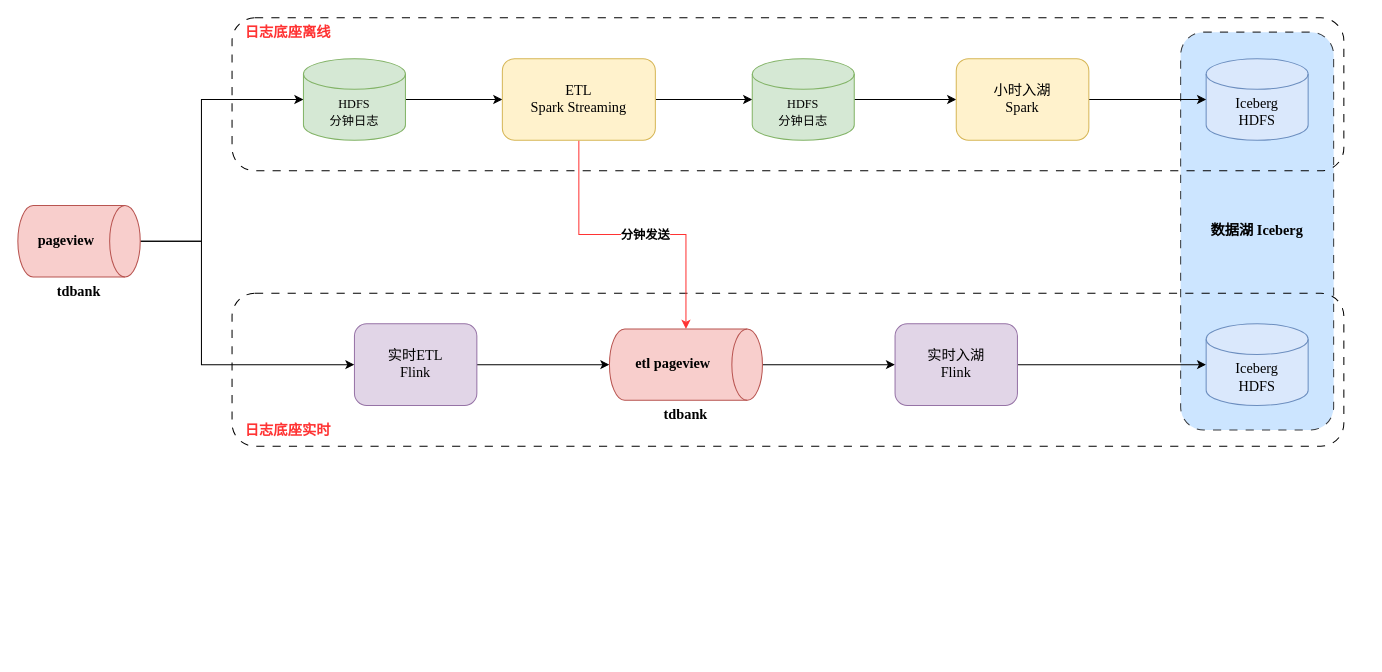
The draw.io diagram etl_pageview_streaming.drawio in WindLeeWT/Misc, before the edit. Source tidied: cells renumbered, new cells numbered last; positions are measured from the earlier drawing's top-left corner, leaving out a move shared by most shapes. Both pictures are drawn from the tidied source at 102%, with x=0, y=0 at pixel (17, 17).
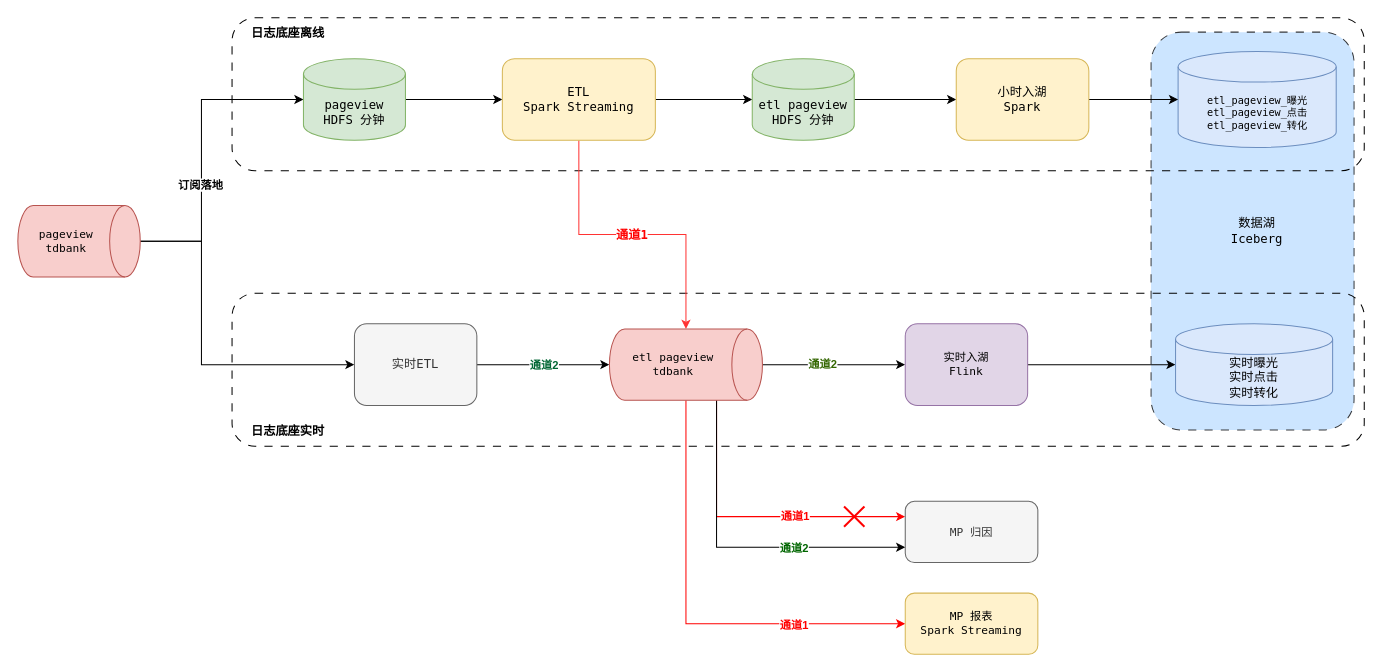
After the change.

What changed in the source:
```diff
@@
-    <mxCell id="2" style="rounded=1;whiteSpace=wrap;html=1;fontFamily=Times New Roman;fontSize=14;fillColor=#cce5ff;dashed=1;dashPattern=8 8;strokeColor=#36393d;" parent="1" vertex="1">
-      <mxGeometry x="1140" y="14" width="150" height="390" as="geometry" />
+    <mxCell id="2" style="rounded=1;whiteSpace=wrap;html=1;fontFamily=Lucida Console;fontSize=14;fillColor=#cce5ff;dashed=1;dashPattern=8 8;strokeColor=#36393d;" parent="1" vertex="1">
+      <mxGeometry x="1111" y="14" width="199" height="390" as="geometry" />
     </mxCell>
-    <mxCell id="3" style="rounded=1;whiteSpace=wrap;html=1;fontFamily=Times New Roman;fontSize=14;fillColor=none;dashed=1;dashPattern=8 8;" parent="1" vertex="1">
-      <mxGeometry x="210" y="270" width="1090" height="150" as="geometry" />
+    <mxCell id="3" style="rounded=1;whiteSpace=wrap;html=1;fontFamily=Lucida Console;fontSize=14;fillColor=none;dashed=1;dashPattern=8 8;" parent="1" vertex="1">
+      <mxGeometry x="210" y="270" width="1110" height="150" as="geometry" />
     </mxCell>
-    <mxCell id="4" style="rounded=1;whiteSpace=wrap;html=1;fontFamily=Times New Roman;fontSize=14;fillColor=none;dashed=1;dashPattern=8 8;" parent="1" vertex="1">
-      <mxGeometry x="210" width="1090" height="150" as="geometry" />
+    <mxCell id="4" style="rounded=1;whiteSpace=wrap;html=1;fontFamily=Lucida Console;fontSize=14;fillColor=none;dashed=1;dashPattern=8 8;" parent="1" vertex="1">
+      <mxGeometry x="210" width="1110" height="150" as="geometry" />
     </mxCell>
-    <mxCell id="5" style="edgeStyle=orthogonalEdgeStyle;rounded=0;jettySize=auto;html=1;exitX=0.5;exitY=0;exitDx=0;exitDy=0;exitPerimeter=0;entryX=0;entryY=0.5;entryDx=0;entryDy=0;entryPerimeter=0;strokeColor=#000000;fontFamily=Georgia;fontSize=12;fontColor=#000000;" parent="1" edge="1" source="7" target="9">
+    <mxCell id="5" style="edgeStyle=orthogonalEdgeStyle;rounded=0;jettySize=auto;html=1;exitX=0.5;exitY=0;exitDx=0;exitDy=0;exitPerimeter=0;entryX=0;entryY=0.5;entryDx=0;entryDy=0;entryPerimeter=0;strokeColor=#000000;fontFamily=Lucida Console;fontSize=12;fontColor=#000000;" parent="1" edge="1" source="7" target="9">
       <mxGeometry relative="1" as="geometry">
         <Array as="points">
           <mxPoint x="180" y="219" />
           <mxPoint x="180" y="80" />
         </Array>
       </mxGeometry>
     </mxCell>
+    <mxCell id="31" value="&lt;b&gt;订阅落地&lt;/b&gt;" style="edgeLabel;html=1;align=center;verticalAlign=middle;fontFamily=Lucida Console;" parent="5" vertex="1">
+      <mxGeometry x="0.01" y="2" relative="1" as="geometry">
+        <mxPoint y="35" as="offset" />
+      </mxGeometry>
+    </mxCell>
-    <mxCell id="6" style="edgeStyle=orthogonalEdgeStyle;rounded=0;jettySize=auto;html=1;exitX=0.5;exitY=0;exitDx=0;exitDy=0;exitPerimeter=0;entryX=0;entryY=0.5;entryDx=0;entryDy=0;strokeColor=#000000;fontFamily=Georgia;fontSize=12;fontColor=#000000;" parent="1" edge="1" source="7" target="21">
+    <mxCell id="6" style="edgeStyle=orthogonalEdgeStyle;rounded=0;jettySize=auto;html=1;exitX=0.5;exitY=0;exitDx=0;exitDy=0;exitPerimeter=0;entryX=0;entryY=0.5;entryDx=0;entryDy=0;strokeColor=#000000;fontFamily=Lucida Console;fontSize=12;fontColor=#000000;" parent="1" edge="1" source="7" target="21">
       <mxGeometry relative="1" as="geometry">
         <Array as="points">
           <mxPoint x="180" y="219" />
           <mxPoint x="180" y="340" />
         </Array>
       </mxGeometry>
     </mxCell>
-    <mxCell id="7" value="&lt;font style=&quot;font-size: 14px;&quot; face=&quot;Times New Roman&quot;&gt;&lt;b&gt;pageview&lt;/b&gt;&lt;/font&gt;" style="shape=cylinder3;whiteSpace=wrap;html=1;boundedLbl=1;backgroundOutline=1;size=15;direction=south;fillColor=#f8cecc;strokeColor=#b85450;" parent="1" vertex="1">
+    <mxCell id="7" value="&lt;font style=&quot;font-size: 11px;&quot;&gt;&lt;span style=&quot;font-size: 11px;&quot;&gt;pageview&lt;br&gt;tdbank&lt;br&gt;&lt;/span&gt;&lt;/font&gt;" style="shape=cylinder3;whiteSpace=wrap;html=1;boundedLbl=1;backgroundOutline=1;size=15;direction=south;fillColor=#f8cecc;strokeColor=#b85450;fontFamily=Lucida Console;fontSize=11;fontStyle=0;" parent="1" vertex="1">
       <mxGeometry y="184" width="120" height="70" as="geometry" />
     </mxCell>
-    <mxCell id="8" style="edgeStyle=orthogonalEdgeStyle;rounded=0;jettySize=auto;html=1;exitX=1;exitY=0.5;exitDx=0;exitDy=0;exitPerimeter=0;fontFamily=Times New Roman;fontSize=14;" parent="1" edge="1" source="9" target="13">
+    <mxCell id="8" style="edgeStyle=orthogonalEdgeStyle;rounded=0;jettySize=auto;html=1;exitX=1;exitY=0.5;exitDx=0;exitDy=0;exitPerimeter=0;fontFamily=Lucida Console;fontSize=14;" parent="1" edge="1" source="9" target="13">
       <mxGeometry relative="1" as="geometry" />
     </mxCell>
-    <mxCell id="9" value="&lt;font style=&quot;font-size: 12px;&quot;&gt;HDFS&lt;br&gt;分钟日志&lt;/font&gt;" style="shape=cylinder3;whiteSpace=wrap;html=1;boundedLbl=1;backgroundOutline=1;size=15;fontFamily=Times New Roman;fontSize=14;fillColor=#d5e8d4;strokeColor=#82b366;" parent="1" vertex="1">
+    <mxCell id="9" value="&lt;font style=&quot;font-size: 12px;&quot;&gt;&lt;span style=&quot;font-size: 12px;&quot;&gt;pageview&lt;br style=&quot;font-size: 12px;&quot;&gt;HDFS 分钟&lt;/span&gt;&lt;/font&gt;" style="shape=cylinder3;whiteSpace=wrap;html=1;boundedLbl=1;backgroundOutline=1;size=15;fontFamily=Lucida Console;fontSize=12;fillColor=#d5e8d4;strokeColor=#82b366;fontStyle=0;" parent="1" vertex="1">
       <mxGeometry x="280" y="40" width="100" height="80" as="geometry" />
     </mxCell>
-    <mxCell id="10" style="edgeStyle=orthogonalEdgeStyle;rounded=0;jettySize=auto;html=1;exitX=1;exitY=0.5;exitDx=0;exitDy=0;entryX=0;entryY=0.5;entryDx=0;entryDy=0;entryPerimeter=0;fontFamily=Times New Roman;fontSize=14;" parent="1" edge="1" source="13" target="15">
+    <mxCell id="10" style="edgeStyle=orthogonalEdgeStyle;rounded=0;jettySize=auto;html=1;exitX=1;exitY=0.5;exitDx=0;exitDy=0;entryX=0;entryY=0.5;entryDx=0;entryDy=0;entryPerimeter=0;fontFamily=Lucida Console;fontSize=14;" parent="1" edge="1" source="13" target="15">
       <mxGeometry relative="1" as="geometry" />
     </mxCell>
-    <mxCell id="11" style="edgeStyle=orthogonalEdgeStyle;rounded=0;jettySize=auto;html=1;entryX=0;entryY=0.5;entryDx=0;entryDy=0;entryPerimeter=0;fontFamily=Times New Roman;fontSize=14;fontColor=#FF3333;strokeColor=#FF3333;" parent="1" edge="1" source="13" target="23">
+    <mxCell id="11" style="edgeStyle=orthogonalEdgeStyle;rounded=0;jettySize=auto;html=1;entryX=0;entryY=0.5;entryDx=0;entryDy=0;entryPerimeter=0;fontFamily=Lucida Console;fontSize=14;fontColor=#FF3333;strokeColor=#FF3333;" parent="1" edge="1" source="13" target="23">
       <mxGeometry relative="1" as="geometry" />
     </mxCell>
-    <mxCell id="12" value="&lt;font face=&quot;Times New Roman&quot;&gt;&lt;b&gt;分钟发送&lt;/b&gt;&lt;/font&gt;" style="edgeLabel;html=1;align=center;verticalAlign=middle;fontSize=12;fontFamily=Comic Sans MS;fontColor=#000000;" parent="11" vertex="1">
-      <mxGeometry x="0.08" relative="1" as="geometry" />
+    <mxCell id="12" value="&lt;font&gt;&lt;b&gt;通道1&lt;/b&gt;&lt;/font&gt;" style="edgeLabel;html=1;align=center;verticalAlign=middle;fontSize=12;fontFamily=Lucida Console;fontColor=#FF0000;" parent="11" vertex="1">
+      <mxGeometry x="0.08" relative="1" as="geometry">
+        <mxPoint x="-13" as="offset" />
+      </mxGeometry>
     </mxCell>
-    <mxCell id="13" value="ETL&lt;br&gt;Spark Streaming" style="rounded=1;whiteSpace=wrap;html=1;fontFamily=Times New Roman;fontSize=14;fillColor=#fff2cc;strokeColor=#d6b656;" parent="1" vertex="1">
+    <mxCell id="13" value="ETL&lt;br style=&quot;font-size: 12px;&quot;&gt;Spark Streaming" style="rounded=1;whiteSpace=wrap;html=1;fontFamily=Lucida Console;fontSize=12;fillColor=#fff2cc;strokeColor=#d6b656;fontStyle=0;" parent="1" vertex="1">
       <mxGeometry x="475" y="40" width="150" height="80" as="geometry" />
     </mxCell>
-    <mxCell id="14" style="edgeStyle=orthogonalEdgeStyle;rounded=0;jettySize=auto;html=1;exitX=1;exitY=0.5;exitDx=0;exitDy=0;exitPerimeter=0;entryX=0;entryY=0.5;entryDx=0;entryDy=0;fontFamily=Times New Roman;fontSize=14;" parent="1" edge="1" source="15" target="18">
+    <mxCell id="14" style="edgeStyle=orthogonalEdgeStyle;rounded=0;jettySize=auto;html=1;exitX=1;exitY=0.5;exitDx=0;exitDy=0;exitPerimeter=0;entryX=0;entryY=0.5;entryDx=0;entryDy=0;fontFamily=Lucida Console;fontSize=14;" parent="1" edge="1" source="15" target="18">
       <mxGeometry relative="1" as="geometry" />
     </mxCell>
-    <mxCell id="15" value="&lt;font style=&quot;font-size: 12px;&quot;&gt;HDFS&lt;br style=&quot;border-color: var(--border-color);&quot;&gt;分钟日志&lt;/font&gt;" style="shape=cylinder3;whiteSpace=wrap;html=1;boundedLbl=1;backgroundOutline=1;size=15;fontFamily=Times New Roman;fontSize=14;fillColor=#d5e8d4;strokeColor=#82b366;" parent="1" vertex="1">
+    <mxCell id="15" value="etl pageview&lt;br style=&quot;border-color: var(--border-color); font-size: 12px;&quot;&gt;&lt;span style=&quot;font-size: 12px;&quot;&gt;HDFS 分钟&lt;/span&gt;" style="shape=cylinder3;whiteSpace=wrap;html=1;boundedLbl=1;backgroundOutline=1;size=15;fontFamily=Lucida Console;fontSize=12;fillColor=#d5e8d4;strokeColor=#82b366;fontStyle=0;align=center;" parent="1" vertex="1">
       <mxGeometry x="720" y="40" width="100" height="80" as="geometry" />
     </mxCell>
-    <mxCell id="16" value="Iceberg&lt;br&gt;HDFS" style="shape=cylinder3;whiteSpace=wrap;html=1;boundedLbl=1;backgroundOutline=1;size=15;fontFamily=Times New Roman;fontSize=14;fillColor=#dae8fc;strokeColor=#6c8ebf;" parent="1" vertex="1">
-      <mxGeometry x="1165" y="40" width="100" height="80" as="geometry" />
+    <mxCell id="16" value="etl_pageview_曝光&lt;br style=&quot;font-size: 10px;&quot;&gt;etl_pageview_点击&lt;br style=&quot;font-size: 10px;&quot;&gt;etl_pageview_转化" style="shape=cylinder3;whiteSpace=wrap;html=1;boundedLbl=1;backgroundOutline=1;size=15;fontFamily=Lucida Console;fontSize=10;fillColor=#dae8fc;strokeColor=#6c8ebf;fontStyle=0;" parent="1" vertex="1">
+      <mxGeometry x="1137.5" y="33" width="155" height="94" as="geometry" />
     </mxCell>
-    <mxCell id="17" style="edgeStyle=orthogonalEdgeStyle;rounded=0;jettySize=auto;html=1;exitX=1;exitY=0.5;exitDx=0;exitDy=0;entryX=0;entryY=0.5;entryDx=0;entryDy=0;entryPerimeter=0;fontFamily=Times New Roman;fontSize=14;" parent="1" edge="1" source="18" target="16">
+    <mxCell id="17" style="edgeStyle=orthogonalEdgeStyle;rounded=0;jettySize=auto;html=1;exitX=1;exitY=0.5;exitDx=0;exitDy=0;entryX=0;entryY=0.5;entryDx=0;entryDy=0;entryPerimeter=0;fontFamily=Lucida Console;fontSize=14;" parent="1" edge="1" source="18" target="16">
       <mxGeometry relative="1" as="geometry" />
     </mxCell>
-    <mxCell id="18" value="小时入湖&lt;br&gt;Spark" style="rounded=1;whiteSpace=wrap;html=1;fontFamily=Times New Roman;fontSize=14;fillColor=#fff2cc;strokeColor=#d6b656;" parent="1" vertex="1">
+    <mxCell id="18" value="小时入湖&lt;br style=&quot;font-size: 12px;&quot;&gt;Spark" style="rounded=1;whiteSpace=wrap;html=1;fontFamily=Lucida Console;fontSize=12;fillColor=#fff2cc;strokeColor=#d6b656;fontStyle=0;" parent="1" vertex="1">
       <mxGeometry x="920" y="40" width="130" height="80" as="geometry" />
     </mxCell>
-    <mxCell id="19" value="&lt;b&gt;&lt;font color=&quot;#ff3333&quot;&gt;日志底座离线&lt;/font&gt;&lt;/b&gt;" style="text;html=1;strokeColor=none;fillColor=none;align=center;verticalAlign=middle;whiteSpace=wrap;rounded=0;dashed=1;dashPattern=8 8;fontFamily=Times New Roman;fontSize=14;" parent="1" vertex="1">
+    <mxCell id="19" value="&lt;b style=&quot;font-size: 12px;&quot;&gt;&lt;font style=&quot;font-size: 12px;&quot;&gt;日志底座离线&lt;/font&gt;&lt;/b&gt;" style="text;html=1;strokeColor=none;fillColor=none;align=center;verticalAlign=middle;whiteSpace=wrap;rounded=0;dashed=1;dashPattern=8 8;fontFamily=Lucida Console;fontSize=12;fontColor=#000000;" parent="1" vertex="1">
       <mxGeometry x="220" width="90" height="30" as="geometry" />
     </mxCell>
-    <mxCell id="20" style="edgeStyle=orthogonalEdgeStyle;rounded=0;jettySize=auto;html=1;exitX=1;exitY=0.5;exitDx=0;exitDy=0;entryX=0.5;entryY=1;entryDx=0;entryDy=0;entryPerimeter=0;fontFamily=Times New Roman;fontSize=14;fontColor=#FF3333;" parent="1" edge="1" source="21" target="23">
-      <mxGeometry relative="1" as="geometry" />
+    <mxCell id="20" style="edgeStyle=orthogonalEdgeStyle;rounded=0;jettySize=auto;html=1;exitX=1;exitY=0.5;exitDx=0;exitDy=0;entryX=0.5;entryY=1;entryDx=0;entryDy=0;entryPerimeter=0;fontFamily=Lucida Console;fontSize=14;fontColor=#00CC00;" parent="1" edge="1" source="21" target="23">
+      <mxGeometry relative="1" as="geometry">
+        <Array as="points">
+          <mxPoint x="520" y="340" />
+          <mxPoint x="520" y="340" />
+        </Array>
+      </mxGeometry>
     </mxCell>
+    <mxCell id="32" value="通道2" style="edgeLabel;html=1;align=center;verticalAlign=middle;fontStyle=1;fontColor=#006633;" parent="20" vertex="1">
+      <mxGeometry x="-0.19" relative="1" as="geometry">
+        <mxPoint x="12" as="offset" />
+      </mxGeometry>
+    </mxCell>
-    <mxCell id="21" value="实时ETL&lt;br&gt;Flink" style="rounded=1;whiteSpace=wrap;html=1;fontFamily=Times New Roman;fontSize=14;fillColor=#e1d5e7;strokeColor=#9673a6;" parent="1" vertex="1">
+    <mxCell id="21" value="实时ETL" style="rounded=1;whiteSpace=wrap;html=1;fontFamily=Lucida Console;fontSize=12;fillColor=#f5f5f5;strokeColor=#666666;fontStyle=0;fontColor=#333333;" parent="1" vertex="1">
       <mxGeometry x="330" y="300" width="120" height="80" as="geometry" />
     </mxCell>
-    <mxCell id="22" style="edgeStyle=orthogonalEdgeStyle;rounded=0;jettySize=auto;html=1;exitX=0.5;exitY=0;exitDx=0;exitDy=0;exitPerimeter=0;entryX=0;entryY=0.5;entryDx=0;entryDy=0;fontFamily=Times New Roman;fontSize=14;fontColor=#FF3333;" parent="1" edge="1" source="23" target="25">
+    <mxCell id="22" style="edgeStyle=orthogonalEdgeStyle;rounded=0;jettySize=auto;html=1;exitX=0.5;exitY=0;exitDx=0;exitDy=0;exitPerimeter=0;entryX=0;entryY=0.5;entryDx=0;entryDy=0;fontFamily=Lucida Console;fontSize=14;fontColor=#FF3333;" parent="1" edge="1" source="23" target="25">
       <mxGeometry relative="1" as="geometry" />
     </mxCell>
+    <mxCell id="33" value="通道2" style="edgeLabel;html=1;align=center;verticalAlign=middle;fontColor=#336600;fontStyle=1;" parent="22" vertex="1">
+      <mxGeometry x="-0.17" y="1" relative="1" as="geometry" />
+    </mxCell>
+    <mxCell id="34" style="edgeStyle=orthogonalEdgeStyle;rounded=0;jettySize=auto;html=1;exitX=1;exitY=0.5;exitDx=0;exitDy=0;exitPerimeter=0;entryX=0;entryY=0.5;entryDx=0;entryDy=0;strokeColor=#FF0000;" parent="1" edge="1" source="23" target="41">
+      <mxGeometry relative="1" as="geometry" />
+    </mxCell>
+    <mxCell id="35" value="通道1" style="edgeLabel;html=1;align=center;verticalAlign=middle;fontStyle=1;fontColor=#FF0000;" parent="34" vertex="1">
+      <mxGeometry x="-0.23" y="-1" relative="1" as="geometry">
+        <mxPoint x="106" y="53" as="offset" />
+      </mxGeometry>
+    </mxCell>
+    <mxCell id="36" style="edgeStyle=orthogonalEdgeStyle;rounded=0;jettySize=auto;html=1;exitX=1;exitY=0;exitDx=0;exitDy=45;exitPerimeter=0;entryX=0;entryY=0.25;entryDx=0;entryDy=0;strokeColor=#FF0000;" parent="1" edge="1" source="23" target="40">
+      <mxGeometry relative="1" as="geometry">
+        <Array as="points">
+          <mxPoint x="685" y="489" />
+        </Array>
+      </mxGeometry>
+    </mxCell>
+    <mxCell id="37" value="通道1" style="edgeLabel;html=1;align=center;verticalAlign=middle;fontStyle=1;fontColor=#FF0000;" parent="36" vertex="1">
+      <mxGeometry x="0.27" y="1" relative="1" as="geometry" />
+    </mxCell>
+    <mxCell id="38" style="edgeStyle=orthogonalEdgeStyle;rounded=0;jettySize=auto;html=1;exitX=1;exitY=0;exitDx=0;exitDy=45;exitPerimeter=0;entryX=0;entryY=0.75;entryDx=0;entryDy=0;" parent="1" edge="1" source="23" target="40">
+      <mxGeometry relative="1" as="geometry" />
+    </mxCell>
+    <mxCell id="39" value="通道2" style="edgeLabel;html=1;align=center;verticalAlign=middle;fontColor=#006600;fontStyle=1;" parent="38" vertex="1">
+      <mxGeometry x="0.33" relative="1" as="geometry" />
+    </mxCell>
-    <mxCell id="23" value="&lt;font style=&quot;font-size: 14px;&quot; face=&quot;Times New Roman&quot;&gt;&lt;b&gt;etl pageview&lt;/b&gt;&lt;/font&gt;" style="shape=cylinder3;whiteSpace=wrap;html=1;boundedLbl=1;backgroundOutline=1;size=15;direction=south;fillColor=#f8cecc;strokeColor=#b85450;fillStyle=auto;shadow=0;" parent="1" vertex="1">
+    <mxCell id="23" value="&lt;font style=&quot;font-size: 11px;&quot;&gt;&lt;span style=&quot;font-size: 11px;&quot;&gt;etl pageview&lt;br style=&quot;font-size: 11px;&quot;&gt;tdbank&lt;br style=&quot;font-size: 11px;&quot;&gt;&lt;/span&gt;&lt;/font&gt;" style="shape=cylinder3;whiteSpace=wrap;html=1;boundedLbl=1;backgroundOutline=1;size=15;direction=south;fillColor=#f8cecc;strokeColor=#b85450;fillStyle=auto;shadow=0;fontFamily=Lucida Console;fontSize=11;fontStyle=0;" parent="1" vertex="1">
       <mxGeometry x="580" y="305" width="150" height="70" as="geometry" />
     </mxCell>
-    <mxCell id="24" style="edgeStyle=orthogonalEdgeStyle;rounded=0;jettySize=auto;html=1;exitX=1;exitY=0.5;exitDx=0;exitDy=0;entryX=0;entryY=0.5;entryDx=0;entryDy=0;entryPerimeter=0;fontFamily=Times New Roman;fontSize=14;fontColor=#FF3333;" parent="1" edge="1" source="25" target="26">
+    <mxCell id="24" style="edgeStyle=orthogonalEdgeStyle;rounded=0;jettySize=auto;html=1;exitX=1;exitY=0.5;exitDx=0;exitDy=0;entryX=0;entryY=0.5;entryDx=0;entryDy=0;entryPerimeter=0;fontFamily=Lucida Console;fontSize=14;fontColor=#FF3333;" parent="1" edge="1" source="25" target="26">
       <mxGeometry relative="1" as="geometry" />
     </mxCell>
-    <mxCell id="25" value="实时入湖&lt;br&gt;Flink" style="rounded=1;whiteSpace=wrap;html=1;fontFamily=Times New Roman;fontSize=14;fillColor=#e1d5e7;strokeColor=#9673a6;" parent="1" vertex="1">
-      <mxGeometry x="860" y="300" width="120" height="80" as="geometry" />
+    <mxCell id="25" value="实时入湖&lt;br style=&quot;font-size: 11px;&quot;&gt;Flink" style="rounded=1;whiteSpace=wrap;html=1;fontFamily=Lucida Console;fontSize=11;fillColor=#e1d5e7;strokeColor=#9673a6;fontStyle=0;" parent="1" vertex="1">
+      <mxGeometry x="870" y="300" width="120" height="80" as="geometry" />
     </mxCell>
-    <mxCell id="26" value="Iceberg&lt;br style=&quot;border-color: var(--border-color);&quot;&gt;HDFS" style="shape=cylinder3;whiteSpace=wrap;html=1;boundedLbl=1;backgroundOutline=1;size=15;fontFamily=Times New Roman;fontSize=14;fillColor=#dae8fc;strokeColor=#6c8ebf;" parent="1" vertex="1">
-      <mxGeometry x="1165" y="300" width="100" height="80" as="geometry" />
+    <mxCell id="26" value="实时曝光&lt;br style=&quot;font-size: 12px;&quot;&gt;实时点击&lt;br style=&quot;font-size: 12px;&quot;&gt;实时转化" style="shape=cylinder3;whiteSpace=wrap;html=1;boundedLbl=1;backgroundOutline=1;size=15;fontFamily=Lucida Console;fontSize=12;fillColor=#dae8fc;strokeColor=#6c8ebf;fontStyle=0;" parent="1" vertex="1">
+      <mxGeometry x="1135" y="300" width="154" height="80" as="geometry" />
     </mxCell>
-    <mxCell id="27" value="&lt;b&gt;&lt;font color=&quot;#ff3333&quot;&gt;日志底座实时&lt;/font&gt;&lt;/b&gt;" style="text;html=1;strokeColor=none;fillColor=none;align=center;verticalAlign=middle;whiteSpace=wrap;rounded=0;dashed=1;dashPattern=8 8;fontFamily=Times New Roman;fontSize=14;" parent="1" vertex="1">
+    <mxCell id="27" value="&lt;b style=&quot;font-size: 12px;&quot;&gt;&lt;font style=&quot;font-size: 12px;&quot;&gt;日志底座实时&lt;/font&gt;&lt;/b&gt;" style="text;html=1;strokeColor=none;fillColor=none;align=center;verticalAlign=middle;whiteSpace=wrap;rounded=0;dashed=1;dashPattern=8 8;fontFamily=Lucida Console;fontSize=12;fontColor=#000000;" parent="1" vertex="1">
       <mxGeometry x="220" y="390" width="90" height="30" as="geometry" />
     </mxCell>
-    <mxCell id="28" value="&lt;b&gt;&lt;font color=&quot;#000000&quot;&gt;数据湖 Iceberg&lt;/font&gt;&lt;/b&gt;" style="text;html=1;strokeColor=none;fillColor=none;align=center;verticalAlign=middle;whiteSpace=wrap;rounded=0;dashed=1;dashPattern=8 8;fontFamily=Times New Roman;fontSize=14;fontColor=#FF3333;" parent="1" vertex="1">
+    <mxCell id="28" value="&lt;span style=&quot;font-size: 12px;&quot;&gt;&lt;font color=&quot;#000000&quot; style=&quot;font-size: 12px;&quot;&gt;数据湖&lt;br&gt;Iceberg&lt;/font&gt;&lt;/span&gt;" style="text;html=1;strokeColor=none;fillColor=none;align=center;verticalAlign=middle;whiteSpace=wrap;rounded=0;dashed=1;dashPattern=8 8;fontFamily=Lucida Console;fontSize=12;fontColor=#FF3333;fontStyle=0;" parent="1" vertex="1">
       <mxGeometry x="1160" y="189" width="110" height="40" as="geometry" />
     </mxCell>
-    <mxCell id="29" value="&lt;b&gt;tdbank&lt;/b&gt;" style="text;html=1;strokeColor=none;fillColor=none;align=center;verticalAlign=middle;whiteSpace=wrap;rounded=0;shadow=0;dashed=1;dashPattern=8 8;sketch=0;fillStyle=auto;fontFamily=Times New Roman;fontSize=14;fontColor=#000000;" parent="1" vertex="1">
-      <mxGeometry x="30" y="254" width="60" height="30" as="geometry" />
-    </mxCell>
-    <mxCell id="30" value="&lt;b&gt;tdbank&lt;/b&gt;" style="text;html=1;strokeColor=none;fillColor=none;align=center;verticalAlign=middle;whiteSpace=wrap;rounded=0;shadow=0;dashed=1;dashPattern=8 8;sketch=0;fillStyle=auto;fontFamily=Times New Roman;fontSize=14;fontColor=#000000;" parent="1" vertex="1">
-      <mxGeometry x="625" y="375" width="60" height="30" as="geometry" />
-    </mxCell>
+    <mxCell id="40" value="MP 归因" style="rounded=1;whiteSpace=wrap;html=1;fontFamily=Lucida Console;fontSize=11;fillColor=#f5f5f5;strokeColor=#666666;fontStyle=0;fontColor=#333333;" parent="1" vertex="1">
+      <mxGeometry x="870" y="474" width="130" height="60" as="geometry" />
+    </mxCell>
+    <mxCell id="41" value="&lt;font style=&quot;font-size: 11px;&quot;&gt;MP 报表&lt;br style=&quot;font-size: 11px;&quot;&gt;Spark Streaming&lt;/font&gt;" style="rounded=1;whiteSpace=wrap;html=1;fontFamily=Lucida Console;fontSize=11;fillColor=#fff2cc;strokeColor=#d6b656;fontStyle=0;" parent="1" vertex="1">
+      <mxGeometry x="870" y="564" width="130" height="60" as="geometry" />
+    </mxCell>
+    <mxCell id="42" style="endArrow=none;html=1;rounded=0;strokeWidth=2;strokeColor=#FF0000;" parent="1" edge="1">
+      <mxGeometry relative="1" as="geometry">
+        <mxPoint x="810" y="499" as="sourcePoint" />
+        <mxPoint x="830" y="479" as="targetPoint" />
+      </mxGeometry>
+    </mxCell>
+    <mxCell id="43" style="endArrow=none;html=1;rounded=0;strokeWidth=2;strokeColor=#FF0000;" parent="1" edge="1">
+      <mxGeometry relative="1" as="geometry">
+        <mxPoint x="830" y="499" as="sourcePoint" />
+        <mxPoint x="810" y="479" as="targetPoint" />
+      </mxGeometry>
+    </mxCell>
```
